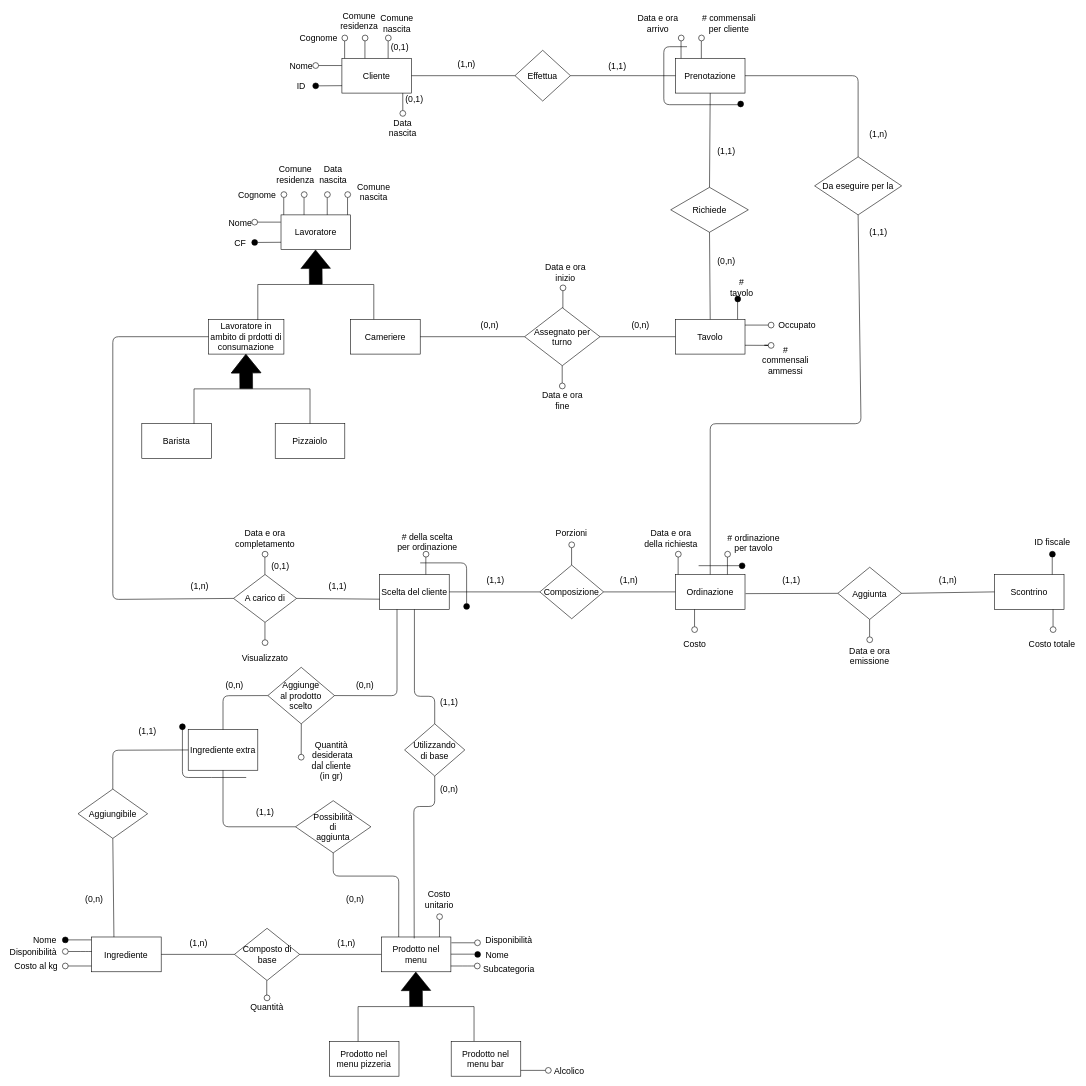
Above: ERD/ERD_EditableDiagram.drawio in StefanoBelli/pizzeria (draw.io), before the change. Source tidied: cells renumbered, new cells numbered last; positions are measured from the earlier drawing's top-left corner, leaving out a move shared by most shapes. Both pictures are drawn from the tidied source at 58%, with x=0, y=0 at pixel (10, 14).
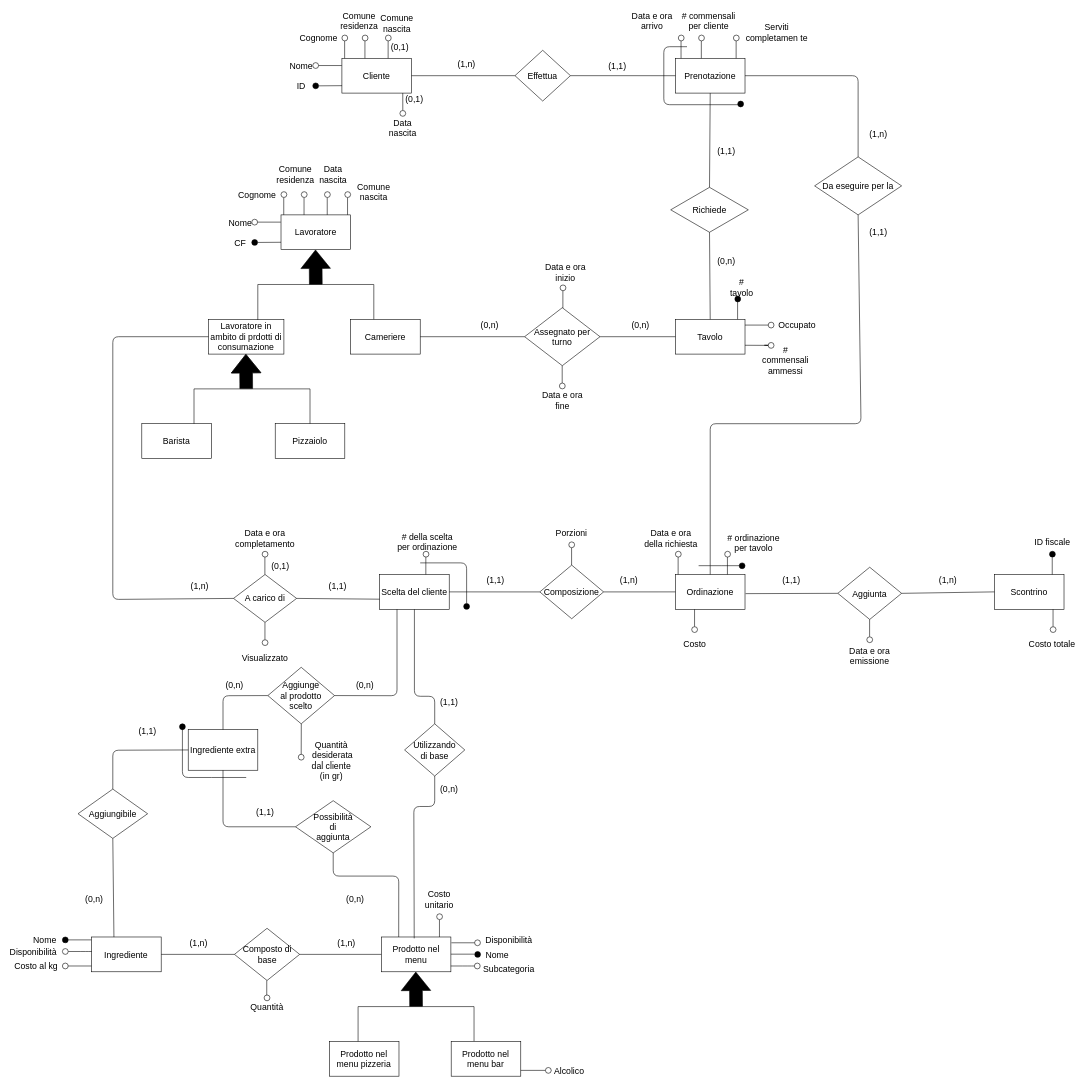
Above is the later version.

Commit message:
Update ERD_EditableDiagram.drawio (quality checks)

Diff of the diagram source:
```diff
@@
     <mxCell id="75" value="# commensali per cliente" style="text;html=1;strokeColor=none;fillColor=none;align=center;verticalAlign=middle;whiteSpace=wrap;rounded=0;fontSize=15;" parent="1" vertex="1">
-      <mxGeometry x="1187" y="5" width="105" height="20" as="geometry" />
+      <mxGeometry x="1152" width="105" height="20" as="geometry" />
     </mxCell>
@@
     <mxCell id="78" value="&lt;div&gt;Data e ora arrivo&lt;/div&gt;" style="text;html=1;strokeColor=none;fillColor=none;align=center;verticalAlign=middle;whiteSpace=wrap;rounded=0;fontSize=15;" parent="1" vertex="1">
-      <mxGeometry x="1067" y="5" width="100" height="20" as="geometry" />
+      <mxGeometry x="1057" width="100" height="20" as="geometry" />
     </mxCell>
@@
+    <mxCell id="224" style="endArrow=none;html=1;fillColor=#000000;fontSize=15;" parent="1" edge="1">
+      <mxGeometry relative="1" as="geometry">
+        <mxPoint x="1251.7" y="75" as="sourcePoint" />
+        <mxPoint x="1251.7" y="45" as="targetPoint" />
+      </mxGeometry>
+    </mxCell>
+    <mxCell id="225" style="ellipse;whiteSpace=wrap;html=1;fontSize=15;" parent="1" vertex="1">
+      <mxGeometry x="1247" y="35" width="10" height="10" as="geometry" />
+    </mxCell>
+    <mxCell id="226" value="&lt;font style=&quot;font-size: 15px&quot;&gt;Serviti completamen te&lt;/font&gt;" style="text;html=1;strokeColor=none;fillColor=none;align=center;verticalAlign=middle;whiteSpace=wrap;rounded=0;" parent="1" vertex="1">
+      <mxGeometry x="1267" y="20" width="110" height="20" as="geometry" />
+    </mxCell>
```
